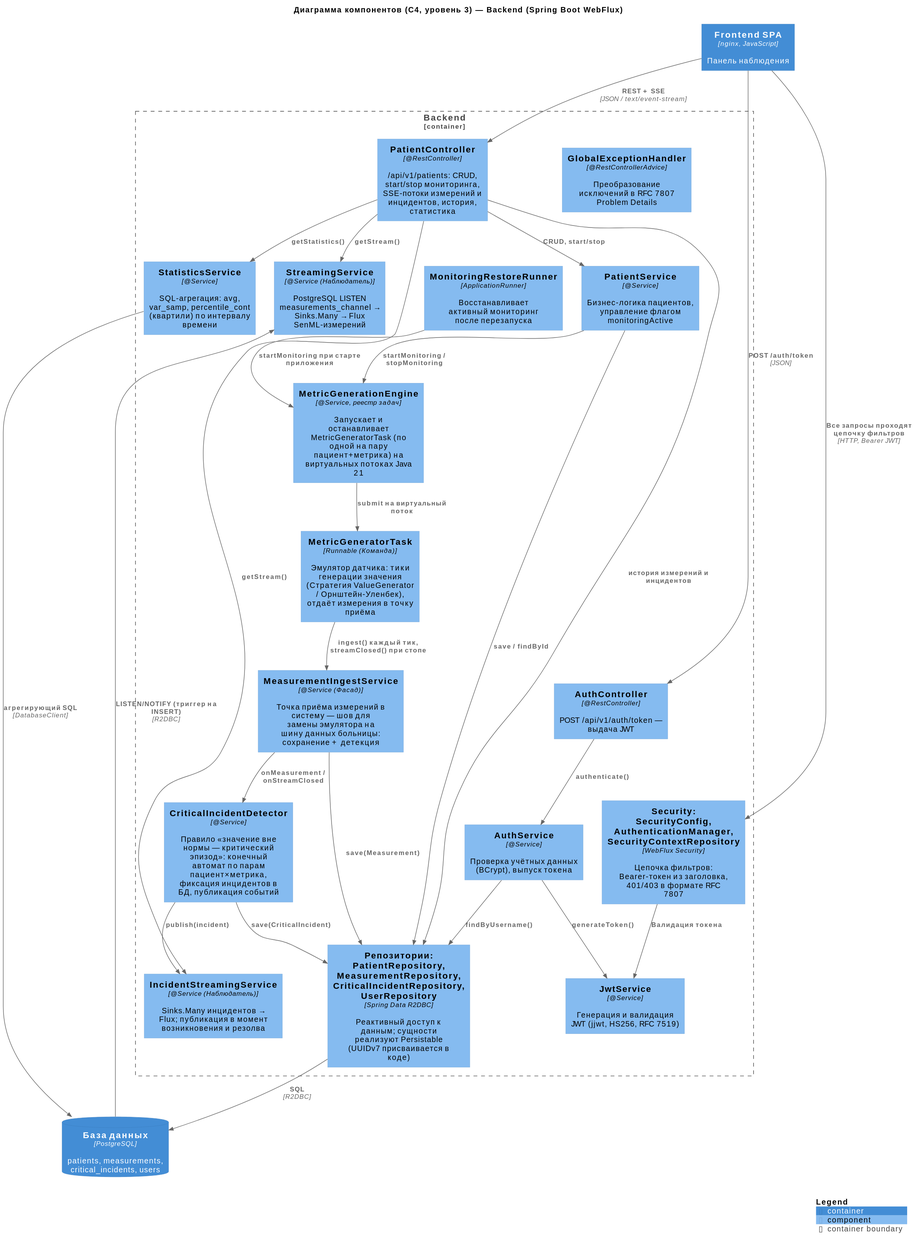
The PlantUML diagram c4-component.svg in andrejmaznin/AppDevProject, before a commit.
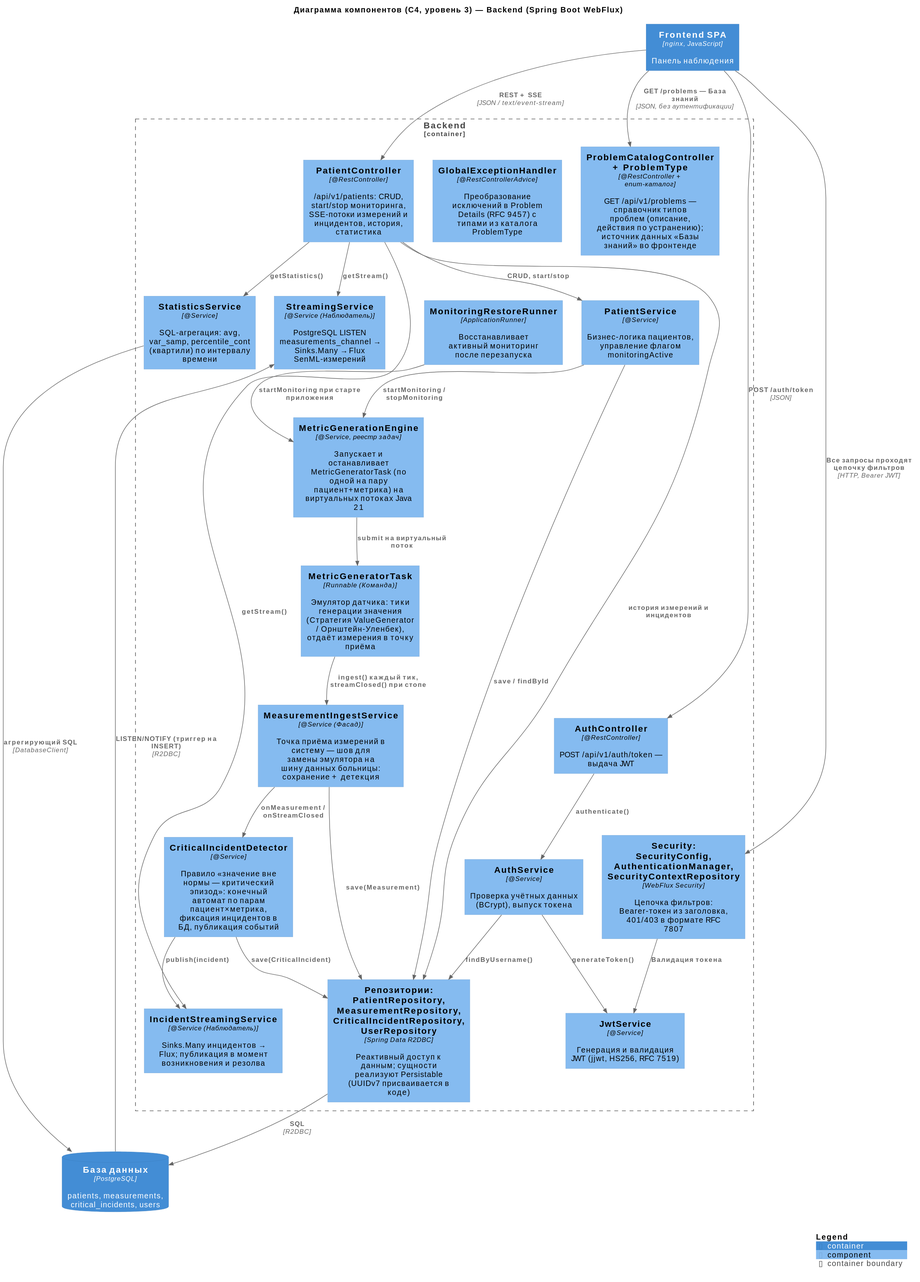
After the commit.

Change to the diagram source:
```diff
@@ -27,12 +27,14 @@
     Component(statistics, "StatisticsService", "@Service", "SQL-агрегация: avg, var_samp, percentile_cont (квартили) по интервалу времени")
 
     Component(repositories, "Репозитории: PatientRepository, MeasurementRepository, CriticalIncidentRepository, UserRepository", "Spring Data R2DBC", "Реактивный доступ к данным; сущности реализуют Persistable (UUIDv7 присваивается в коде)")
-    Component(errorHandler, "GlobalExceptionHandler", "@RestControllerAdvice", "Преобразование исключений в RFC 7807 Problem Details")
+    Component(errorHandler, "GlobalExceptionHandler", "@RestControllerAdvice", "Преобразование исключений в Problem Details (RFC 9457) с типами из каталога ProblemType")
+    Component(problemCatalog, "ProblemCatalogController + ProblemType", "@RestController + enum-каталог", "GET /api/v1/problems — справочник типов проблем (описание, действия по устранению); источник данных «Базы знаний» во фронтенде")
 }
 
 Rel(spa, security, "Все запросы проходят цепочку фильтров", "HTTP, Bearer JWT")
 Rel(security, jwtService, "Валидация токена")
 Rel(spa, authController, "POST /auth/token", "JSON")
+Rel(spa, problemCatalog, "GET /problems — База знаний", "JSON, без аутентификации")
 Rel(authController, authService, "authenticate()")
 Rel(authService, jwtService, "generateToken()")
 Rel(authService, repositories, "findByUsername()")
```
